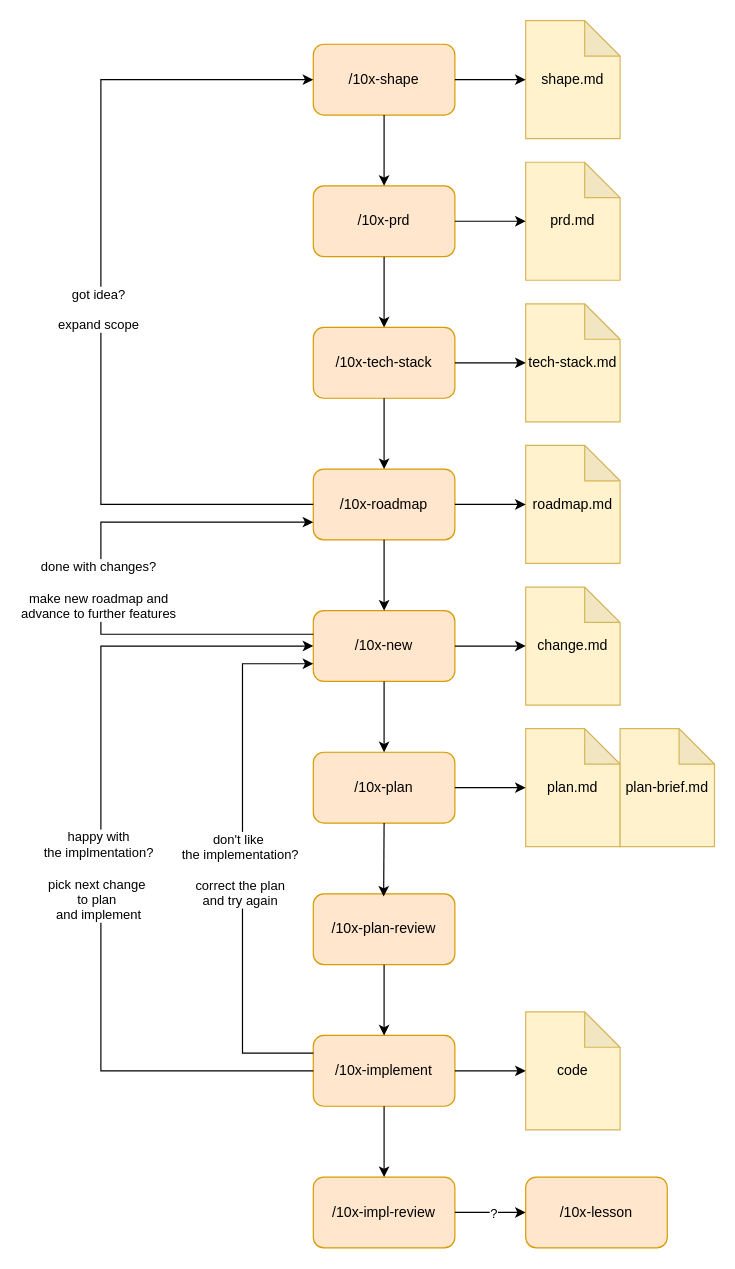
This is docs/reference/skills flows.drawio from pdrozdowski/MilkyWayTrader, a draw.io file, before an edit. Source tidied: cells renumbered, new cells numbered last; positions are measured from the earlier drawing's top-left corner, leaving out a move shared by most shapes. Both pictures are drawn from the tidied source at 118%, with x=0, y=0 at pixel (100, 20).
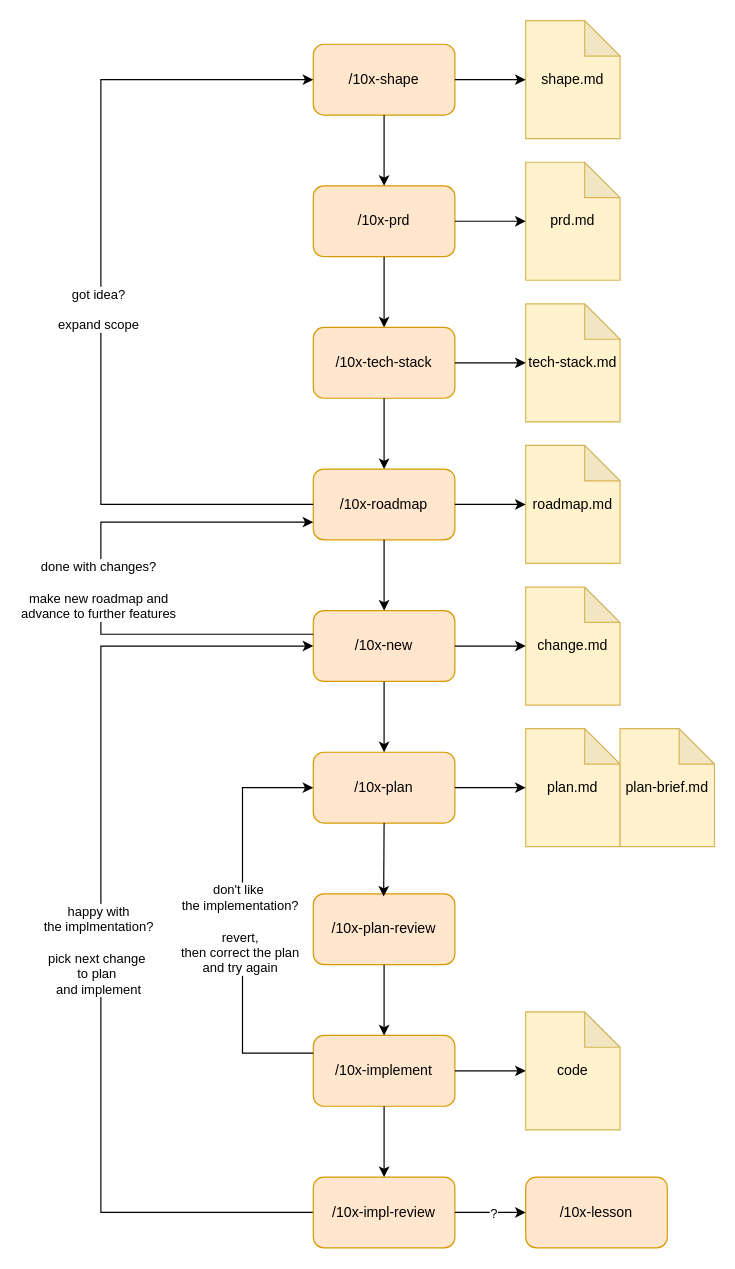
Above is the later version.

Commit message (it also covers changes not shown here):
s02 - new plan made

Unchanged cells that the change refers to:
```xml
<mxCell id="19" value="/10x-new" style="rounded=1;whiteSpace=wrap;html=1;fillColor=#ffe6cc;strokeColor=#d79b00;" parent="1" vertex="1">
  <mxGeometry x="180" y="500" width="120" height="60" as="geometry" />
</mxCell>
<mxCell id="20" value="/10x-plan" style="rounded=1;whiteSpace=wrap;html=1;fillColor=#ffe6cc;strokeColor=#d79b00;" parent="1" vertex="1">
  <mxGeometry x="180" y="620" width="120" height="60" as="geometry" />
</mxCell>
<mxCell id="30" value="/10x-implement" style="rounded=1;whiteSpace=wrap;html=1;fillColor=#ffe6cc;strokeColor=#d79b00;" parent="1" vertex="1">
  <mxGeometry x="180" y="860" width="120" height="60" as="geometry" />
</mxCell>
<mxCell id="40" value="/10x-impl-review" style="rounded=1;whiteSpace=wrap;html=1;fillColor=#ffe6cc;strokeColor=#d79b00;" parent="1" vertex="1">
  <mxGeometry x="180" y="980" width="120" height="60" as="geometry" />
</mxCell>
```

Change to the diagram source:
```diff
@@
-    <mxCell id="32" style="endArrow=classic;html=1;rounded=0;entryX=0;entryY=0.5;entryDx=0;entryDy=0;exitX=0;exitY=0.5;exitDx=0;exitDy=0;" parent="1" edge="1">
+    <mxCell id="32" style="endArrow=classic;html=1;rounded=0;entryX=0;entryY=0.5;entryDx=0;entryDy=0;exitX=0;exitY=0.5;exitDx=0;exitDy=0;" parent="1" edge="1" source="40">
       <mxGeometry relative="1" as="geometry">
-        <mxPoint x="180" y="890" as="sourcePoint" />
         <mxPoint x="180" y="530" as="targetPoint" />
         <Array as="points">
-          <mxPoint x="120" y="890" />
+          <mxPoint y="1010" />
           <mxPoint y="890" />
           <mxPoint y="530" />
         </Array>
       </mxGeometry>
     </mxCell>
@@
-    <mxCell id="36" style="endArrow=classic;html=1;rounded=0;entryX=0;entryY=0.75;entryDx=0;entryDy=0;exitX=0;exitY=0.25;exitDx=0;exitDy=0;" parent="1" edge="1" source="30" target="19">
+    <mxCell id="36" style="endArrow=classic;html=1;rounded=0;entryX=0;entryY=0.5;entryDx=0;entryDy=0;exitX=0;exitY=0.25;exitDx=0;exitDy=0;" parent="1" edge="1" source="30" target="20">
       <mxGeometry relative="1" as="geometry">
         <Array as="points">
           <mxPoint x="120" y="875" />
           <mxPoint x="120" y="720" />
-          <mxPoint x="120" y="545" />
+          <mxPoint x="120" y="650" />
         </Array>
       </mxGeometry>
     </mxCell>
-    <mxCell id="37" value="don't like&amp;nbsp;&lt;div&gt;the implementation?&lt;/div&gt;&lt;div&gt;&lt;br&gt;&lt;/div&gt;&lt;div&gt;correct the plan&lt;/div&gt;&lt;div&gt;and try again&lt;/div&gt;" style="edgeLabel;html=1;align=center;verticalAlign=middle;" parent="36" vertex="1">
+    <mxCell id="37" value="don't like&amp;nbsp;&lt;div&gt;the implementation?&lt;/div&gt;&lt;div&gt;&lt;br&gt;&lt;/div&gt;&lt;div&gt;revert,&lt;/div&gt;&lt;div&gt;then correct the plan&lt;/div&gt;&lt;div&gt;and try again&lt;/div&gt;" style="edgeLabel;html=1;align=center;verticalAlign=middle;" parent="36" vertex="1">
       <mxGeometry x="-0.04" y="3" relative="1" as="geometry" />
     </mxCell>
```
